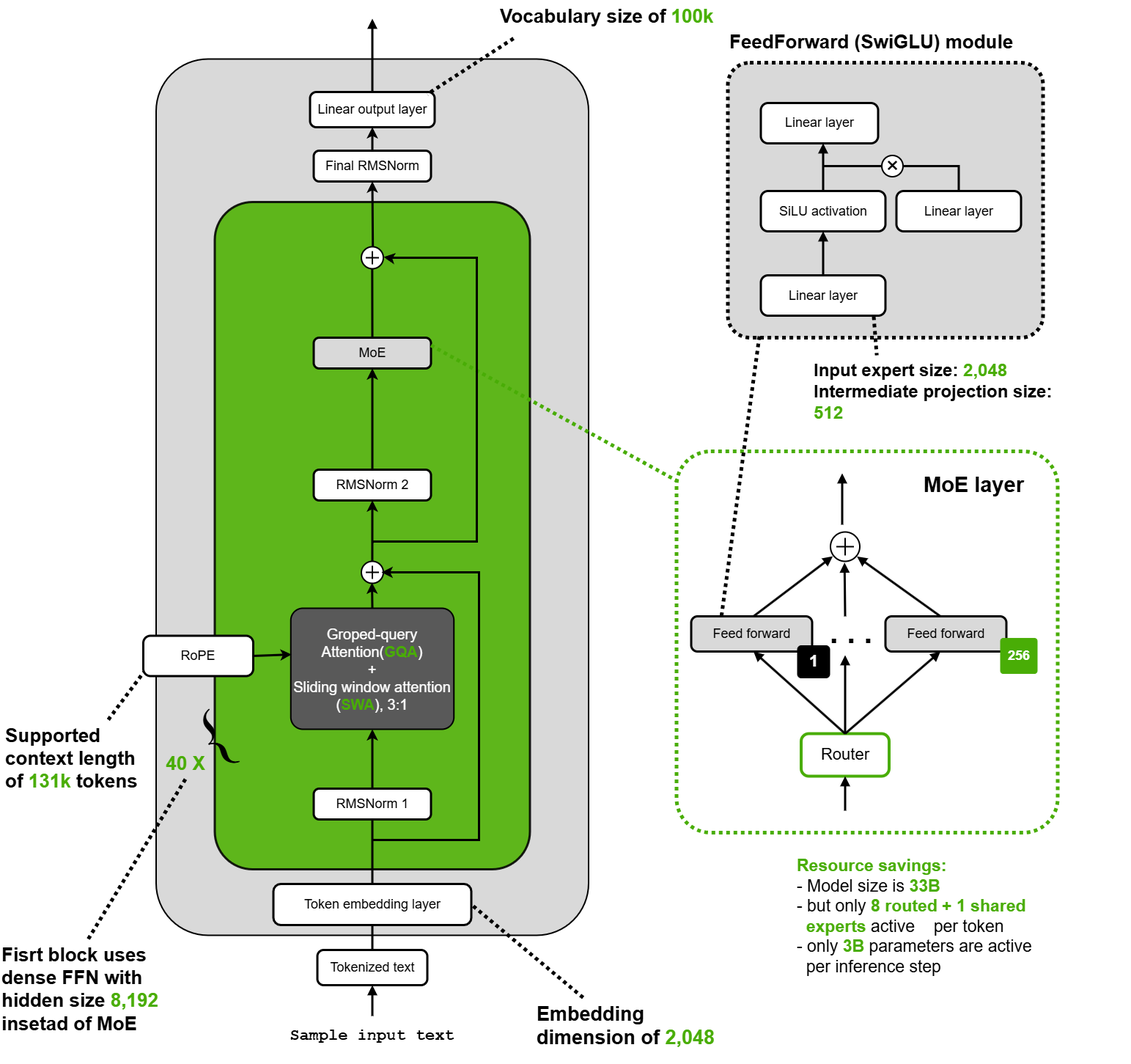
Above: Models/Laguna/Laguna-XS.2(33B).drawio.png in EarthWind/deeparch (draw.io), before the change. Source tidied: cells renumbered, new cells last; positions are measured from the earlier drawing's top-left corner, leaving out a move shared by most shapes.
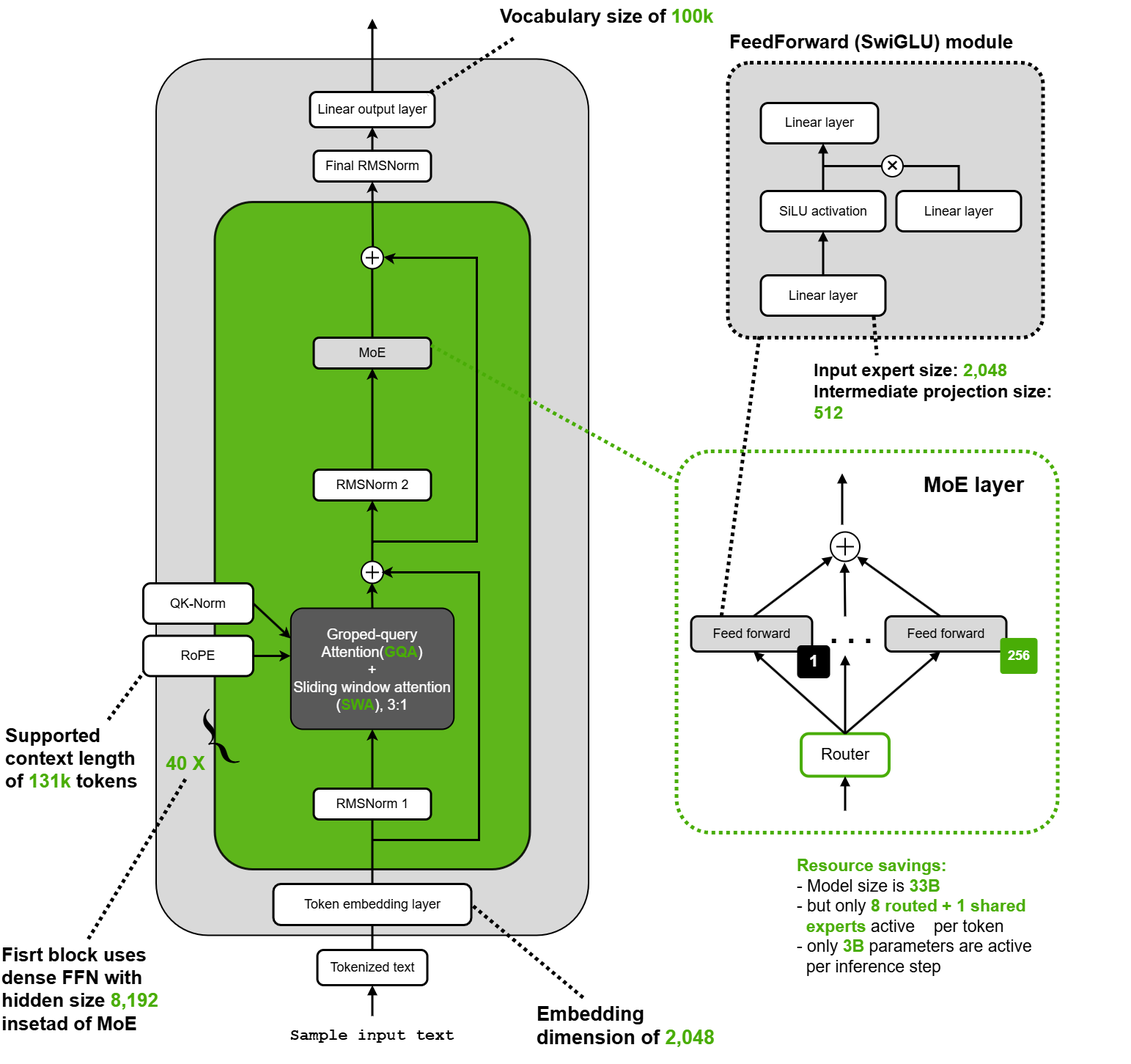
Above is the later version.

Commit message:
feat models: add gemma-4(12B) architecture.

Change to the diagram source:
```diff
@@ -234,8 +234,10 @@
         </Array>
       </mxGeometry>
     </mxCell>
-    <mxCell id="65" style="endArrow=classic;html=1;rounded=0;strokeWidth=3;strokeColor=#000000;entryX=0.005;entryY=0.382;entryDx=0;entryDy=0;exitX=1;exitY=0.5;exitDx=0;exitDy=0;endFill=1;entryPerimeter=0;" parent="1" edge="1" source="14" target="11">
-      <mxGeometry relative="1" as="geometry" />
+    <mxCell id="65" style="endArrow=classic;html=1;rounded=0;strokeWidth=3;strokeColor=#000000;exitX=1;exitY=0.5;exitDx=0;exitDy=0;endFill=1;" parent="1" edge="1" source="14">
+      <mxGeometry relative="1" as="geometry">
+        <mxPoint x="396" y="894" as="targetPoint" />
+      </mxGeometry>
     </mxCell>
     <mxCell id="66" value="&lt;font style=&quot;font-size: 31px;&quot;&gt;×&lt;/font&gt;" style="ellipse;whiteSpace=wrap;html=1;strokeWidth=2;" parent="1" vertex="1">
       <mxGeometry x="1202.5" y="211.5" width="29" height="29" as="geometry" />
@@ -269,5 +271,11 @@
     <mxCell id="72" style="endArrow=none;html=1;rounded=0;strokeWidth=5;strokeColor=#000000;dashed=1;dashPattern=1 1;entryX=0.5;entryY=1;entryDx=0;entryDy=0;exitX=0.5;exitY=0;exitDx=0;exitDy=0;" parent="1" edge="1" source="71" target="16">
       <mxGeometry relative="1" as="geometry" />
     </mxCell>
+    <mxCell id="73" value="QK-Norm" style="rounded=1;whiteSpace=wrap;html=1;arcSize=18;strokeColor=#000000;strokeWidth=3;fillColor=#ffffff;fontFamily=Arial;fontSize=18;fontColor=#000000;align=center;verticalAlign=middle;" parent="1" vertex="1">
+      <mxGeometry x="195" y="795" width="150" height="55" as="geometry" />
+    </mxCell>
+    <mxCell id="74" style="endArrow=classic;html=1;rounded=0;strokeWidth=3;strokeColor=#000000;exitX=1;exitY=0.5;exitDx=0;exitDy=0;endFill=1;entryX=0;entryY=0.25;entryDx=0;entryDy=0;" parent="1" edge="1" source="73" target="11">
+      <mxGeometry relative="1" as="geometry" />
+    </mxCell>
   </root>
 </mxGraphModel>
```
